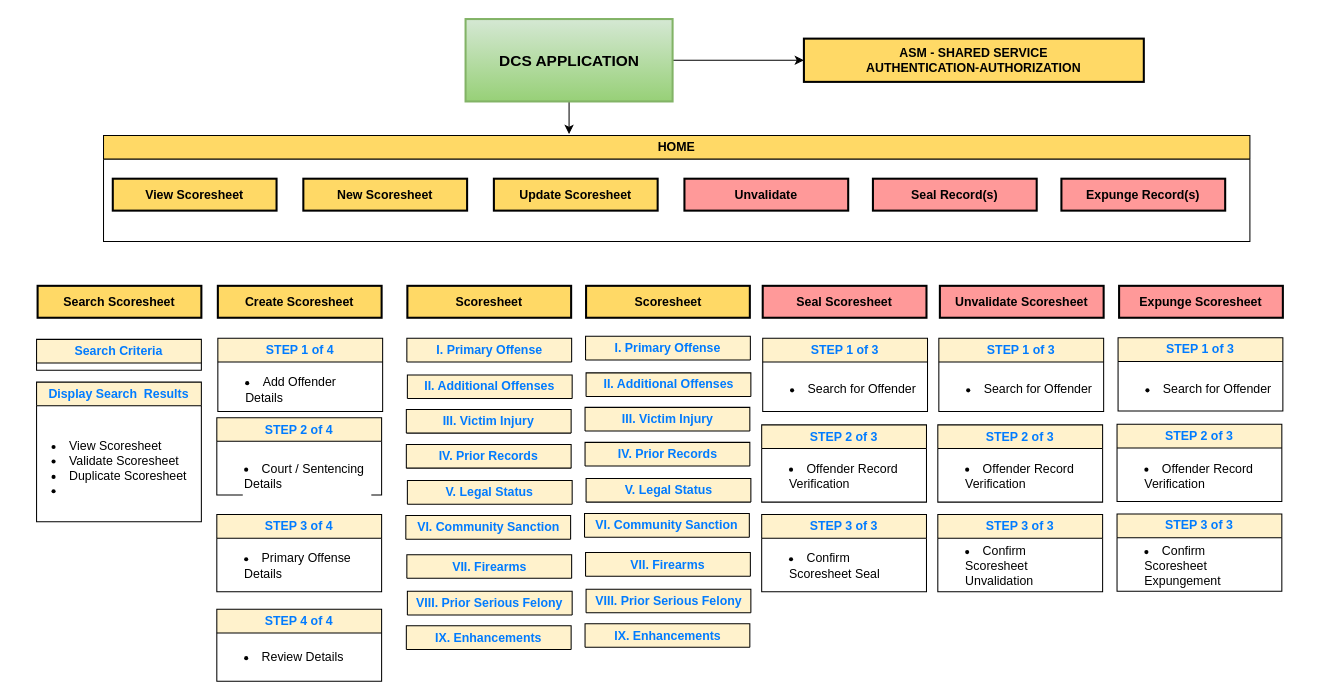
This is page "DCS-SITE-MAP" (2 of 5) of Site_Map_WRIMS.drawio from ai-next-zen/diagrams, a draw.io file, before an edit. Source tidied: cells renumbered, new cells numbered last; positions are measured from the earlier drawing's top-left corner, leaving out a move shared by most shapes. Both pictures are drawn from the tidied source at 103%, with x=0, y=0 at pixel (36, 19).
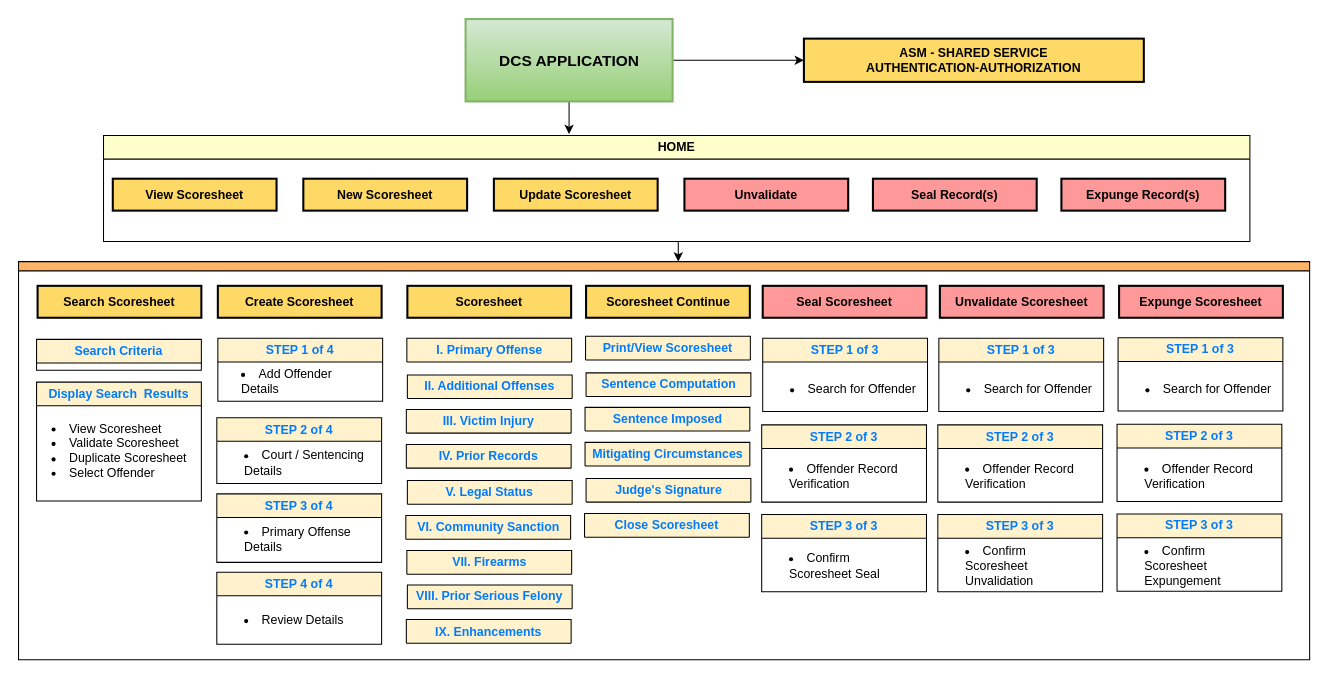
Above is the later version.

Diff of the diagram source:
```diff
@@
     <mxCell id="8" value="&lt;span style=&quot;color: rgb(0, 123, 255); text-align: left;&quot;&gt;STEP 1 of 4&lt;/span&gt;" style="swimlane;whiteSpace=wrap;html=1;fillColor=#FFF2CC;" parent="1" vertex="1">
-      <mxGeometry x="176" y="310" width="160" height="71" as="geometry" />
+      <mxGeometry x="176" y="310" width="160" height="61" as="geometry" />
     </mxCell>
-    <mxCell id="9" value="&lt;li&gt;Add Offender Details&lt;/li&gt;" style="text;html=1;align=left;verticalAlign=middle;whiteSpace=wrap;rounded=0;labelPosition=center;verticalLabelPosition=middle;textDirection=ltr;fillColor=default;fontColor=#000000;" parent="8" vertex="1">
-      <mxGeometry x="25.2" y="30" width="124.8" height="40" as="geometry" />
-    </mxCell>
@@
-    <mxCell id="14" value="&lt;span style=&quot;text-align: left;&quot;&gt;HOME&lt;/span&gt;" style="swimlane;whiteSpace=wrap;html=1;fillColor=#FFD966;fontColor=#000000;" parent="1" vertex="1">
+    <mxCell id="14" value="&lt;span style=&quot;text-align: left;&quot;&gt;HOME&lt;/span&gt;" style="swimlane;whiteSpace=wrap;html=1;fillColor=#FFFFCC;fontColor=#000000;" parent="1" vertex="1">
       <mxGeometry x="65" y="113" width="1113" height="103" as="geometry" />
     </mxCell>
@@
     <mxCell id="21" value="&lt;span style=&quot;color: rgb(0, 123, 255); text-align: left;&quot;&gt;STEP 2 of 4&lt;/span&gt;" style="swimlane;whiteSpace=wrap;html=1;fillColor=#FFF2CC;" parent="1" vertex="1">
-      <mxGeometry x="175" y="387" width="160" height="75" as="geometry" />
+      <mxGeometry x="175" y="387" width="160" height="64" as="geometry" />
     </mxCell>
     <mxCell id="22" value="&lt;li&gt;Court / Sentencing Details&lt;/li&gt;" style="text;html=1;align=left;verticalAlign=middle;whiteSpace=wrap;rounded=0;labelPosition=center;verticalLabelPosition=middle;textDirection=ltr;fillColor=default;fontColor=#000000;" parent="21" vertex="1">
-      <mxGeometry x="25.2" y="37" width="124.8" height="40" as="geometry" />
+      <mxGeometry x="25.2" y="37" width="124.8" height="13" as="geometry" />
     </mxCell>
-    <mxCell id="23" value="&lt;span style=&quot;color: rgb(0, 123, 255); text-align: left;&quot;&gt;STEP 3 of 4&lt;/span&gt;" style="swimlane;whiteSpace=wrap;html=1;fillColor=#FFF2CC;" parent="1" vertex="1">
-      <mxGeometry x="175" y="481" width="160" height="75" as="geometry" />
-    </mxCell>
-    <mxCell id="24" value="&lt;li&gt;Primary Offense Details&lt;/li&gt;" style="text;html=1;align=left;verticalAlign=middle;whiteSpace=wrap;rounded=0;labelPosition=center;verticalLabelPosition=middle;textDirection=ltr;fillColor=default;fontColor=#000000;" parent="23" vertex="1">
-      <mxGeometry x="25.2" y="30" width="124.8" height="40" as="geometry" />
-    </mxCell>
-    <mxCell id="25" value="&lt;span style=&quot;color: rgb(0, 123, 255); text-align: left;&quot;&gt;STEP 4 of 4&lt;/span&gt;" style="swimlane;whiteSpace=wrap;html=1;fillColor=#FFF2CC;" parent="1" vertex="1">
-      <mxGeometry x="175" y="573" width="160" height="70" as="geometry" />
-    </mxCell>
-    <mxCell id="26" value="&lt;li&gt;Review Details&lt;/li&gt;" style="text;html=1;align=left;verticalAlign=middle;whiteSpace=wrap;rounded=0;labelPosition=center;verticalLabelPosition=middle;textDirection=ltr;fillColor=default;fontColor=#000000;" parent="25" vertex="1">
-      <mxGeometry x="25.2" y="30" width="124.8" height="34" as="geometry" />
-    </mxCell>
@@
     <mxCell id="28" value="&lt;div style=&quot;text-align: left;&quot;&gt;&lt;span style=&quot;background-color: transparent;&quot;&gt;&lt;font color=&quot;#007bff&quot;&gt;Display Search&amp;nbsp; Results&lt;/font&gt;&lt;/span&gt;&lt;/div&gt;" style="swimlane;whiteSpace=wrap;html=1;fillColor=#FFF2CC;" parent="1" vertex="1">
-      <mxGeometry y="352.5" width="160" height="135.5" as="geometry" />
+      <mxGeometry y="352.5" width="160" height="115.5" as="geometry" />
     </mxCell>
-    <mxCell id="29" value="&lt;li&gt;View Scoresheet&lt;/li&gt;&lt;li&gt;Validate Scoresheet&lt;/li&gt;&lt;li&gt;&lt;span style=&quot;background-color: transparent;&quot;&gt;Duplicate Scoresheet&lt;/span&gt;&lt;/li&gt;&lt;li&gt;&lt;span style=&quot;background-color: transparent;&quot;&gt;&lt;br&gt;&lt;/span&gt;&lt;/li&gt;" style="text;html=1;align=left;verticalAlign=middle;whiteSpace=wrap;rounded=0;labelPosition=center;verticalLabelPosition=middle;textDirection=ltr;fillColor=default;fontColor=#000000;" parent="28" vertex="1">
-      <mxGeometry x="13" y="42.5" width="135" height="81.5" as="geometry" />
-    </mxCell>
@@
     <mxCell id="32" value="&lt;span style=&quot;color: rgb(0, 123, 255); text-align: left;&quot;&gt;VII. Firearms&lt;/span&gt;" style="swimlane;whiteSpace=wrap;html=1;fillColor=#FFF2CC;" parent="1" vertex="1">
-      <mxGeometry x="359.5" y="520" width="160" height="23" as="geometry" />
+      <mxGeometry x="359.5" y="516" width="160" height="23" as="geometry" />
     </mxCell>
     <mxCell id="33" value="&lt;div style=&quot;text-align: left;&quot;&gt;&lt;font color=&quot;#007bff&quot;&gt;VIII. Prior Serious Felony&lt;/font&gt;&lt;/div&gt;" style="swimlane;whiteSpace=wrap;html=1;fillColor=#FFF2CC;" parent="1" vertex="1">
-      <mxGeometry x="360" y="555.5" width="160" height="23" as="geometry" />
+      <mxGeometry x="360" y="549.5" width="160" height="23" as="geometry" />
     </mxCell>
     <mxCell id="34" value="&lt;div style=&quot;text-align: left;&quot;&gt;&lt;font color=&quot;#007bff&quot;&gt;IX. Enhancements&lt;/font&gt;&lt;/div&gt;" style="swimlane;whiteSpace=wrap;html=1;fillColor=#FFF2CC;" parent="1" vertex="1">
-      <mxGeometry x="359" y="589" width="160" height="23" as="geometry" />
+      <mxGeometry x="359" y="583" width="160" height="23" as="geometry" />
     </mxCell>
@@
-    <mxCell id="43" value="Scoresheet" style="whiteSpace=wrap;strokeWidth=2;fillColor=#FFD966;fontStyle=1;" parent="1" vertex="1">
+    <mxCell id="43" value="Scoresheet Continue" style="whiteSpace=wrap;strokeWidth=2;fillColor=#FFD966;fontStyle=1;" parent="1" vertex="1">
       <mxGeometry x="533.5" y="259" width="159" height="31" as="geometry" />
     </mxCell>
-    <mxCell id="44" value="&lt;span style=&quot;color: rgb(0, 123, 255); text-align: left;&quot;&gt;I. Primary Offense&lt;/span&gt;" style="swimlane;whiteSpace=wrap;html=1;fillColor=#FFF2CC;" parent="1" vertex="1">
+    <mxCell id="44" value="&lt;span style=&quot;color: rgb(0, 123, 255); text-align: left;&quot;&gt;Print/View Scoresheet&lt;/span&gt;" style="swimlane;whiteSpace=wrap;html=1;fillColor=#FFF2CC;" parent="1" vertex="1">
       <mxGeometry x="533" y="308" width="160" height="23" as="geometry" />
     </mxCell>
-    <mxCell id="45" value="&lt;div style=&quot;text-align: left;&quot;&gt;&lt;font color=&quot;#007bff&quot;&gt;II. Additional Offenses&lt;/font&gt;&lt;/div&gt;" style="swimlane;whiteSpace=wrap;html=1;fillColor=#FFF2CC;" parent="1" vertex="1">
+    <mxCell id="45" value="&lt;div style=&quot;text-align: left;&quot;&gt;&lt;font color=&quot;#007bff&quot;&gt;Sentence Computation&lt;/font&gt;&lt;/div&gt;" style="swimlane;whiteSpace=wrap;html=1;fillColor=#FFF2CC;" parent="1" vertex="1">
       <mxGeometry x="533.5" y="343.5" width="160" height="23" as="geometry" />
     </mxCell>
-    <mxCell id="46" value="&lt;div style=&quot;text-align: left;&quot;&gt;&lt;font color=&quot;#007bff&quot;&gt;III. Victim Injury&lt;/font&gt;&lt;/div&gt;" style="swimlane;whiteSpace=wrap;html=1;fillColor=#FFF2CC;" parent="1" vertex="1">
+    <mxCell id="46" value="&lt;div style=&quot;text-align: left;&quot;&gt;&lt;font color=&quot;#007bff&quot;&gt;Sentence Imposed&lt;/font&gt;&lt;/div&gt;" style="swimlane;whiteSpace=wrap;html=1;fillColor=#FFF2CC;" parent="1" vertex="1">
       <mxGeometry x="532.5" y="377" width="160" height="23" as="geometry" />
     </mxCell>
-    <mxCell id="47" value="&lt;span style=&quot;color: rgb(0, 123, 255); text-align: left;&quot;&gt;IV. Prior Records&lt;/span&gt;" style="swimlane;whiteSpace=wrap;html=1;fillColor=#FFF2CC;" parent="1" vertex="1">
+    <mxCell id="47" value="&lt;span style=&quot;color: rgb(0, 123, 255); text-align: left;&quot;&gt;Mitigating Circumstances&lt;/span&gt;" style="swimlane;whiteSpace=wrap;html=1;fillColor=#FFF2CC;" parent="1" vertex="1">
       <mxGeometry x="532.5" y="411" width="160" height="23" as="geometry" />
     </mxCell>
-    <mxCell id="48" value="&lt;div style=&quot;text-align: left;&quot;&gt;&lt;font color=&quot;#007bff&quot;&gt;VI. Community Sanction&lt;/font&gt;&lt;/div&gt;" style="swimlane;whiteSpace=wrap;html=1;fillColor=#FFF2CC;" parent="1" vertex="1">
+    <mxCell id="48" value="&lt;div style=&quot;text-align: left;&quot;&gt;&lt;font color=&quot;#007bff&quot;&gt;Close Scoresheet&lt;/font&gt;&lt;/div&gt;" style="swimlane;whiteSpace=wrap;html=1;fillColor=#FFF2CC;" parent="1" vertex="1">
       <mxGeometry x="532" y="480" width="160" height="23" as="geometry" />
     </mxCell>
-    <mxCell id="49" value="&lt;span style=&quot;color: rgb(0, 123, 255); text-align: left;&quot;&gt;VII. Firearms&lt;/span&gt;" style="swimlane;whiteSpace=wrap;html=1;fillColor=#FFF2CC;" parent="1" vertex="1">
-      <mxGeometry x="533" y="518" width="160" height="23" as="geometry" />
-    </mxCell>
-    <mxCell id="50" value="&lt;div style=&quot;text-align: left;&quot;&gt;&lt;font color=&quot;#007bff&quot;&gt;VIII. Prior Serious Felony&lt;/font&gt;&lt;/div&gt;" style="swimlane;whiteSpace=wrap;html=1;fillColor=#FFF2CC;" parent="1" vertex="1">
-      <mxGeometry x="533.5" y="553.5" width="160" height="23" as="geometry" />
-    </mxCell>
-    <mxCell id="51" value="&lt;div style=&quot;text-align: left;&quot;&gt;&lt;font color=&quot;#007bff&quot;&gt;IX. Enhancements&lt;/font&gt;&lt;/div&gt;" style="swimlane;whiteSpace=wrap;html=1;fillColor=#FFF2CC;" parent="1" vertex="1">
-      <mxGeometry x="532.5" y="587" width="160" height="23" as="geometry" />
-    </mxCell>
-    <mxCell id="52" value="&lt;div style=&quot;text-align: left;&quot;&gt;&lt;font color=&quot;#007bff&quot;&gt;V. Legal Status&lt;/font&gt;&lt;/div&gt;" style="swimlane;whiteSpace=wrap;html=1;fillColor=#FFF2CC;" parent="1" vertex="1">
+    <mxCell id="52" value="&lt;div style=&quot;text-align: left;&quot;&gt;&lt;font color=&quot;#007bff&quot;&gt;Judge's Signature&lt;/font&gt;&lt;/div&gt;" style="swimlane;whiteSpace=wrap;html=1;fillColor=#FFF2CC;" parent="1" vertex="1">
       <mxGeometry x="533.5" y="446" width="160" height="23" as="geometry" />
     </mxCell>
@@
+    <mxCell id="67" style="swimlane;whiteSpace=wrap;html=1;fillColor=#FFB366;fontColor=#000000;startSize=9;" parent="1" vertex="1">
+      <mxGeometry x="-17.5" y="235.5" width="1253.5" height="386.5" as="geometry" />
+    </mxCell>
+    <mxCell id="29" value="&lt;li&gt;View Scoresheet&lt;/li&gt;&lt;li&gt;Validate Scoresheet&lt;/li&gt;&lt;li&gt;&lt;span style=&quot;background-color: transparent;&quot;&gt;Duplicate Scoresheet&lt;/span&gt;&lt;/li&gt;&lt;li&gt;&lt;span style=&quot;background-color: transparent;&quot;&gt;Select Offender&lt;/span&gt;&lt;/li&gt;" style="text;html=1;align=left;verticalAlign=middle;whiteSpace=wrap;rounded=0;labelPosition=center;verticalLabelPosition=middle;textDirection=ltr;fillColor=default;fontColor=#000000;" parent="67" vertex="1">
+      <mxGeometry x="30" y="142.8" width="135" height="81.5" as="geometry" />
+    </mxCell>
+    <mxCell id="9" value="&lt;li&gt;Add Offender Details&lt;/li&gt;" style="text;html=1;align=left;verticalAlign=middle;whiteSpace=wrap;rounded=0;labelPosition=center;verticalLabelPosition=middle;textDirection=ltr;fillColor=default;fontColor=#000000;" parent="1" vertex="1">
+      <mxGeometry x="197" y="342.5" width="124.8" height="18" as="geometry" />
+    </mxCell>
+    <mxCell id="23" value="&lt;span style=&quot;color: rgb(0, 123, 255); text-align: left;&quot;&gt;STEP 3 of 4&lt;/span&gt;" style="swimlane;whiteSpace=wrap;html=1;fillColor=#FFF2CC;" parent="1" vertex="1">
+      <mxGeometry x="175" y="461" width="160" height="66.5" as="geometry" />
+    </mxCell>
+    <mxCell id="24" value="&lt;li&gt;Primary Offense Details&lt;/li&gt;" style="text;html=1;align=left;verticalAlign=middle;whiteSpace=wrap;rounded=0;labelPosition=center;verticalLabelPosition=middle;textDirection=ltr;fillColor=default;fontColor=#000000;" parent="23" vertex="1">
+      <mxGeometry x="25.2" y="24" width="124.8" height="40" as="geometry" />
+    </mxCell>
+    <mxCell id="25" value="&lt;span style=&quot;color: rgb(0, 123, 255); text-align: left;&quot;&gt;STEP 4 of 4&lt;/span&gt;" style="swimlane;whiteSpace=wrap;html=1;fillColor=#FFF2CC;" parent="1" vertex="1">
+      <mxGeometry x="175" y="537" width="160" height="70" as="geometry" />
+    </mxCell>
+    <mxCell id="26" value="&lt;li&gt;Review Details&lt;/li&gt;" style="text;html=1;align=left;verticalAlign=middle;whiteSpace=wrap;rounded=0;labelPosition=center;verticalLabelPosition=middle;textDirection=ltr;fillColor=default;fontColor=#000000;" parent="25" vertex="1">
+      <mxGeometry x="25.2" y="30" width="124.8" height="34" as="geometry" />
+    </mxCell>
+    <mxCell id="68" style="edgeStyle=orthogonalEdgeStyle;rounded=0;jettySize=auto;html=1;exitX=0.5;exitY=1;exitDx=0;exitDy=0;entryX=0.511;entryY=0;entryDx=0;entryDy=0;entryPerimeter=0;" parent="1" edge="1" source="14" target="67">
+      <mxGeometry relative="1" as="geometry" />
+    </mxCell>
```
